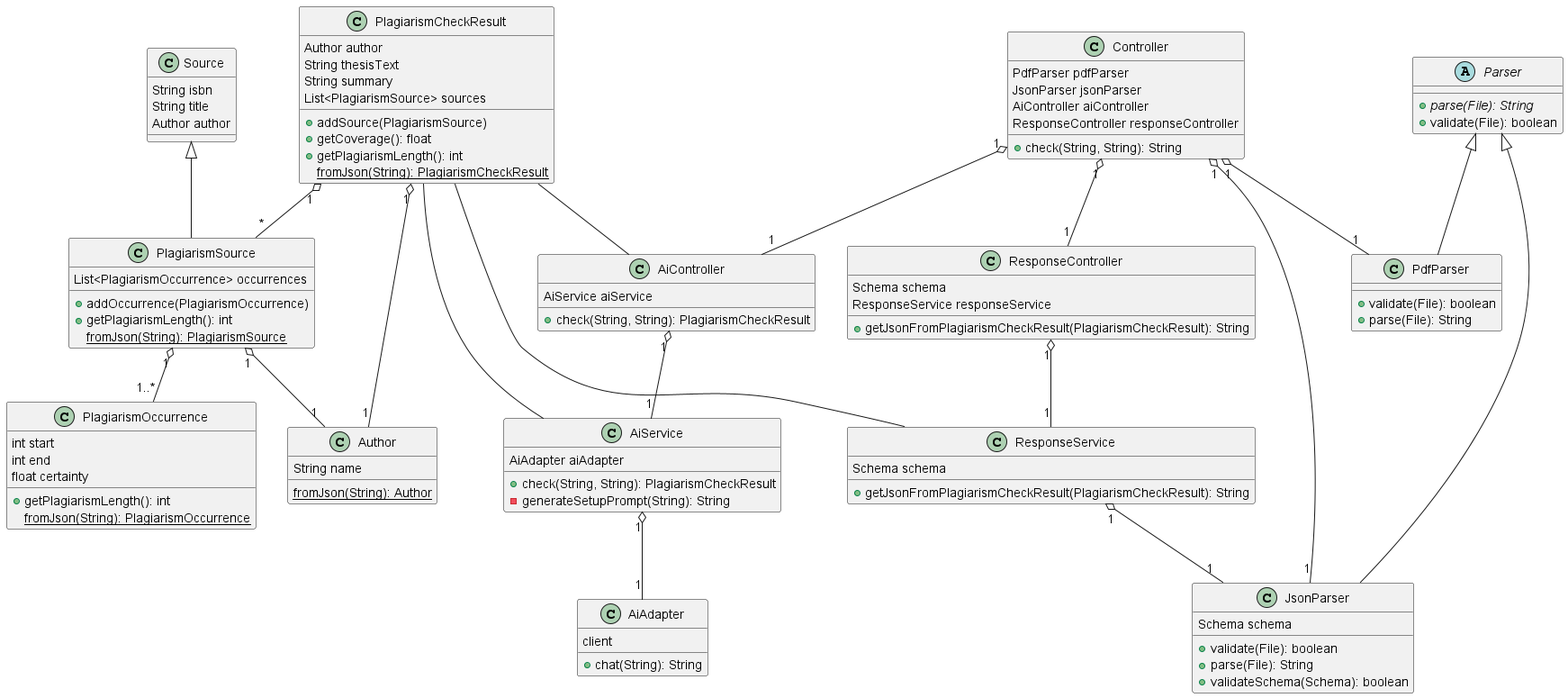
This is images/diagrams/Klassendiagramm.png from DHBW-FN/ti21-sweng2, a PlantUML export, as it was before one commit.
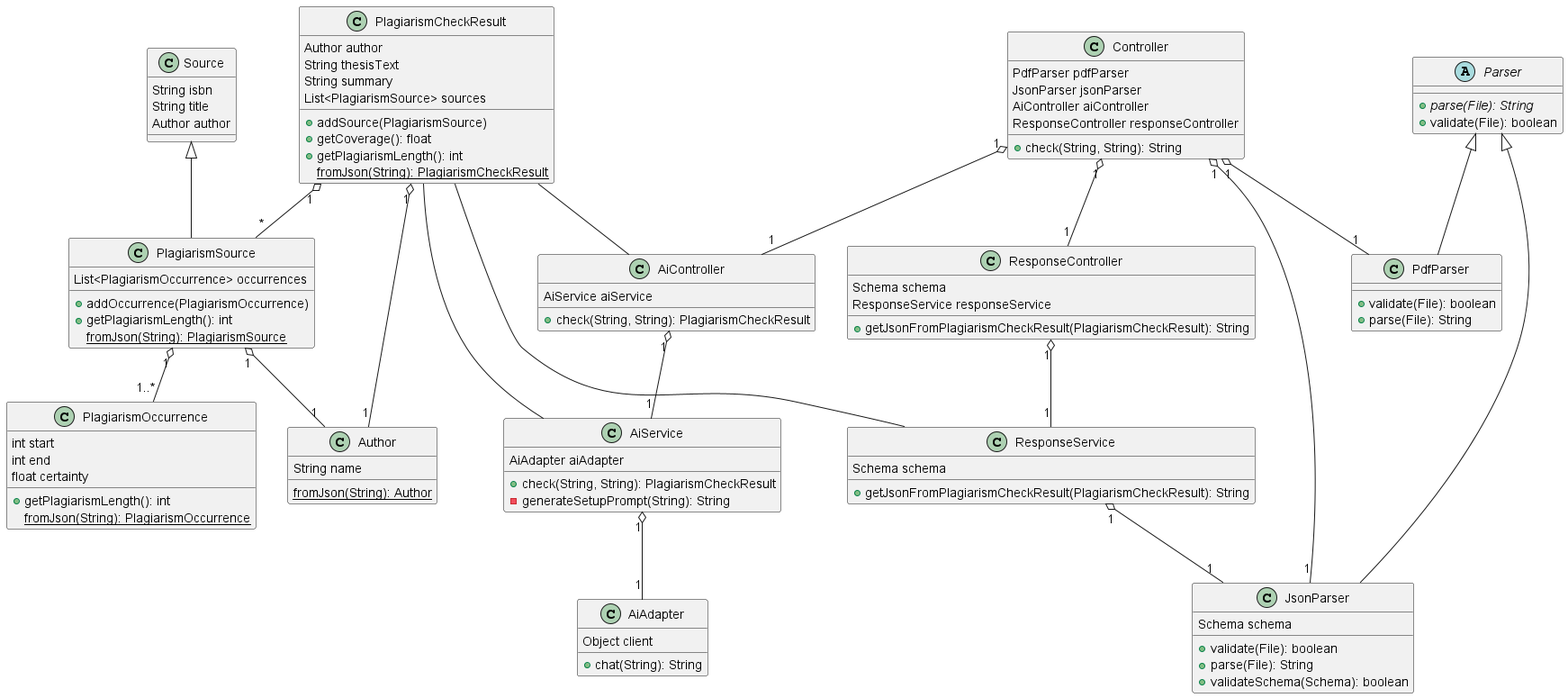
Above is the later version.

Commit message:
fix(layout): Apply various changes

The edit, as a diff of the source:
```diff
@@ -73,7 +73,7 @@
 }
 
 class AiAdapter {
-    client
+    Object client
     +chat(String): String
 }
 
```
